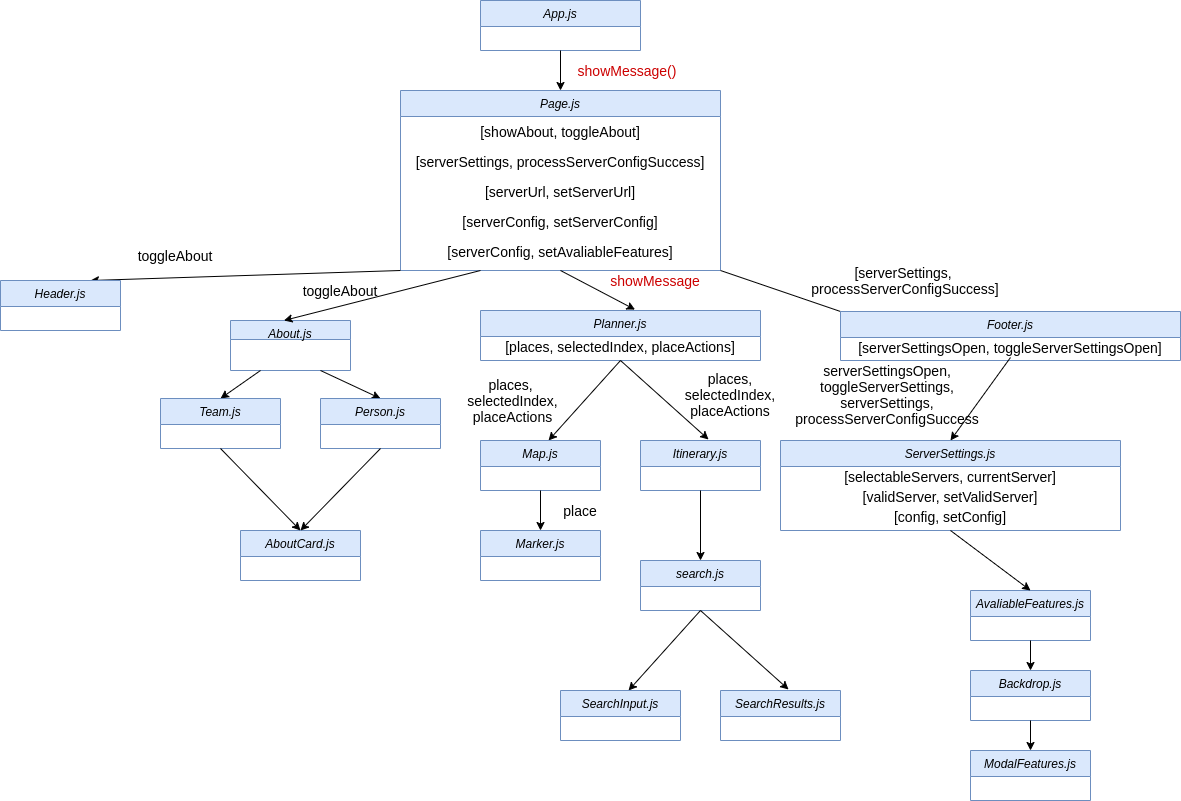
Earlier version of the draw.io export reports/images/ClientComponentDiagramSP2.png (tmanbarton/cs314Project). Source tidied: cells renumbered, new cells last; positions are measured from the earlier drawing's top-left corner, leaving out a move shared by most shapes.
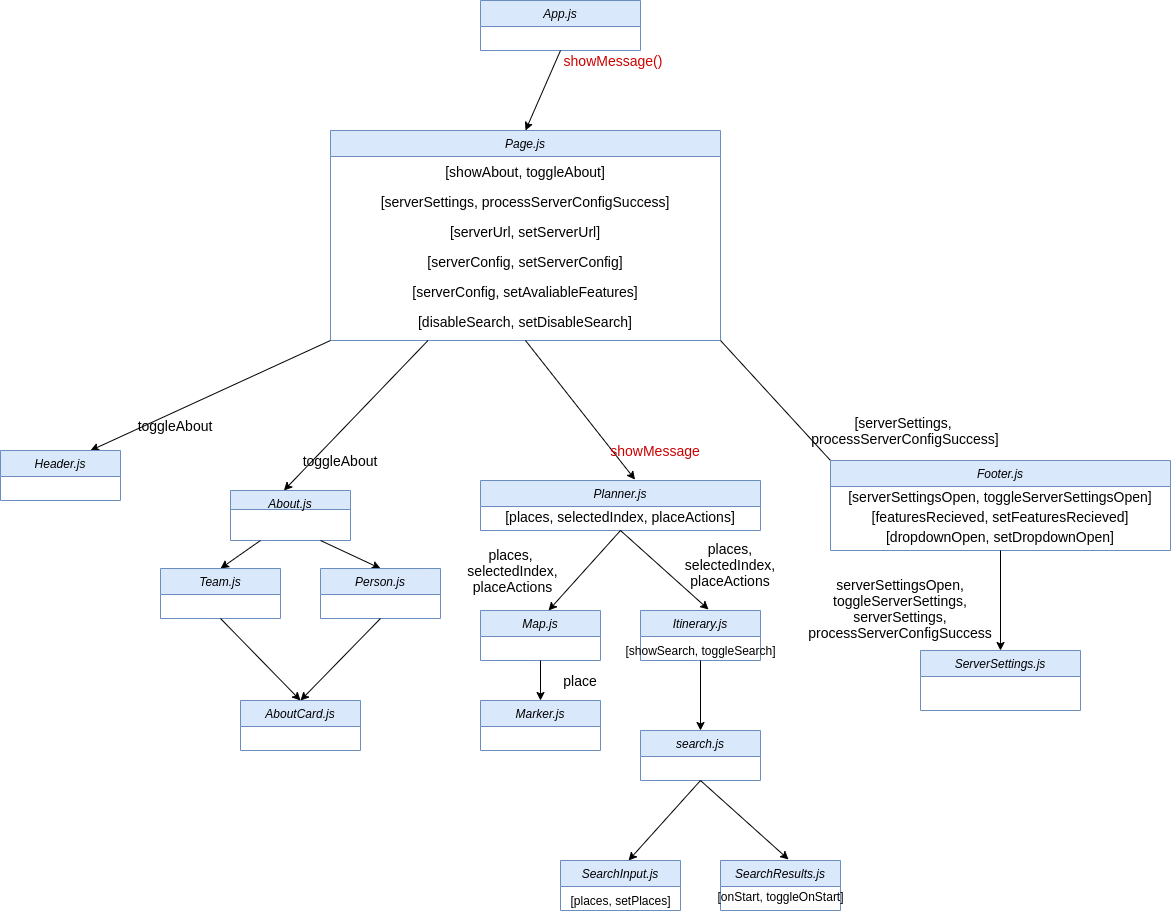
After the change.

Commit message:
updated client component diagram and removed one unused import

Diff of the diagram source:
```diff
@@ -3,31 +3,34 @@
     <mxCell id="0" />
     <mxCell id="1" parent="0" />
     <mxCell id="2" value="App.js" style="swimlane;fontStyle=2;align=center;verticalAlign=top;horizontal=1;startSize=26;rounded=0;shadow=0;strokeWidth=1;fillColor=#dae8fc;strokeColor=#6c8ebf;" parent="1" vertex="1">
-      <mxGeometry x="480" width="160" height="50" as="geometry" />
+      <mxGeometry x="480" y="-170" width="160" height="50" as="geometry" />
     </mxCell>
     <mxCell id="3" style="endArrow=classic;html=1;exitX=0.5;exitY=1;exitDx=0;exitDy=0;entryX=0.5;entryY=0;entryDx=0;entryDy=0;" parent="1" edge="1" source="2" target="4">
       <mxGeometry relative="1" as="geometry" />
     </mxCell>
     <mxCell id="4" value="Page.js" style="swimlane;fontStyle=2;align=center;verticalAlign=top;horizontal=1;startSize=26;rounded=0;shadow=0;strokeWidth=1;fillColor=#dae8fc;strokeColor=#6c8ebf;" parent="1" vertex="1">
-      <mxGeometry x="400" y="90" width="320" height="180" as="geometry" />
+      <mxGeometry x="330" y="-40" width="390" height="210" as="geometry" />
     </mxCell>
     <mxCell id="5" value="[showAbout, toggleAbout]" style="text;html=1;strokeColor=none;fillColor=none;align=center;verticalAlign=middle;whiteSpace=wrap;rounded=0;fontSize=14;" parent="4" vertex="1">
-      <mxGeometry y="26" width="320" height="30" as="geometry" />
+      <mxGeometry y="26" width="390" height="30" as="geometry" />
     </mxCell>
     <mxCell id="6" value="[serverSettings, processServerConfigSuccess]" style="text;html=1;strokeColor=none;fillColor=none;align=center;verticalAlign=middle;whiteSpace=wrap;rounded=0;fontSize=14;" parent="4" vertex="1">
-      <mxGeometry y="56" width="320" height="30" as="geometry" />
+      <mxGeometry y="56" width="390" height="30" as="geometry" />
     </mxCell>
     <mxCell id="7" value="[serverUrl, setServerUrl]" style="text;html=1;strokeColor=none;fillColor=none;align=center;verticalAlign=middle;whiteSpace=wrap;rounded=0;fontSize=14;" parent="4" vertex="1">
-      <mxGeometry y="86" width="320" height="30" as="geometry" />
+      <mxGeometry y="86" width="390" height="30" as="geometry" />
     </mxCell>
     <mxCell id="8" value="[serverConfig, setServerConfig]" style="text;html=1;strokeColor=none;fillColor=none;align=center;verticalAlign=middle;whiteSpace=wrap;rounded=0;fontSize=14;" parent="4" vertex="1">
-      <mxGeometry y="116" width="320" height="30" as="geometry" />
+      <mxGeometry y="116" width="390" height="30" as="geometry" />
     </mxCell>
     <mxCell id="9" value="[serverConfig, setAvaliableFeatures]" style="text;html=1;strokeColor=none;fillColor=none;align=center;verticalAlign=middle;whiteSpace=wrap;rounded=0;fontSize=14;" parent="4" vertex="1">
-      <mxGeometry y="146" width="320" height="30" as="geometry" />
+      <mxGeometry y="146" width="390" height="30" as="geometry" />
     </mxCell>
+    <mxCell id="59" value="[disableSearch, setDisableSearch]" style="text;html=1;strokeColor=none;fillColor=none;align=center;verticalAlign=middle;whiteSpace=wrap;rounded=0;fontSize=14;" parent="4" vertex="1">
+      <mxGeometry y="176" width="390" height="30" as="geometry" />
+    </mxCell>
     <mxCell id="10" value="showMessage()" style="text;html=1;strokeColor=none;fillColor=none;align=center;verticalAlign=middle;whiteSpace=wrap;rounded=0;fontSize=14;fontColor=#CC0000;" parent="1" vertex="1">
-      <mxGeometry x="574" y="60" width="106" height="20" as="geometry" />
+      <mxGeometry x="560" y="-120" width="106" height="20" as="geometry" />
     </mxCell>
     <mxCell id="11" style="endArrow=classic;html=1;fontSize=14;entryX=0.75;entryY=0;entryDx=0;entryDy=0;exitX=0;exitY=1;exitDx=0;exitDy=0;" parent="1" edge="1" source="4" target="12">
       <mxGeometry relative="1" as="geometry" />
@@ -63,13 +66,19 @@
       <mxGeometry relative="1" as="geometry" />
     </mxCell>
     <mxCell id="22" value="Footer.js" style="swimlane;fontStyle=2;align=center;verticalAlign=top;horizontal=1;startSize=26;rounded=0;shadow=0;strokeWidth=1;fillColor=#dae8fc;strokeColor=#6c8ebf;" parent="1" vertex="1">
-      <mxGeometry x="840" y="311" width="340" height="49" as="geometry" />
+      <mxGeometry x="830" y="290" width="340" height="90" as="geometry" />
     </mxCell>
     <mxCell id="23" value="[serverSettingsOpen, toggleServerSettingsOpen]" style="text;html=1;strokeColor=none;fillColor=none;align=center;verticalAlign=middle;whiteSpace=wrap;rounded=0;fontSize=14;" parent="22" vertex="1">
       <mxGeometry y="26" width="340" height="20" as="geometry" />
     </mxCell>
+    <mxCell id="60" value="[featuresRecieved, setFeaturesRecieved]" style="text;html=1;strokeColor=none;fillColor=none;align=center;verticalAlign=middle;whiteSpace=wrap;rounded=0;fontSize=14;" parent="22" vertex="1">
+      <mxGeometry y="46" width="340" height="20" as="geometry" />
+    </mxCell>
+    <mxCell id="61" value="[dropdownOpen, setDropdownOpen]" style="text;html=1;strokeColor=none;fillColor=none;align=center;verticalAlign=middle;whiteSpace=wrap;rounded=0;fontSize=14;" parent="22" vertex="1">
+      <mxGeometry y="66" width="340" height="20" as="geometry" />
+    </mxCell>
     <mxCell id="24" value="[serverSettings, &lt;br&gt;processServerConfigSuccess]" style="text;html=1;strokeColor=none;fillColor=none;align=center;verticalAlign=middle;whiteSpace=wrap;rounded=0;fontSize=14;fontColor=#000000;rotation=0;" parent="1" vertex="1">
-      <mxGeometry x="750" y="270" width="310" height="20" as="geometry" />
+      <mxGeometry x="750" y="250" width="310" height="20" as="geometry" />
     </mxCell>
     <mxCell id="25" style="endArrow=classic;html=1;fontColor=#CC0000;entryX=0.567;entryY=0;entryDx=0;entryDy=0;entryPerimeter=0;exitX=0.5;exitY=1;exitDx=0;exitDy=0;" parent="1" edge="1" source="17" target="26">
       <mxGeometry relative="1" as="geometry" />
@@ -87,21 +96,12 @@
       <mxGeometry x="640" y="440" width="120" height="50" as="geometry" />
     </mxCell>
     <mxCell id="30" value="ServerSettings.js&#10;" style="swimlane;fontStyle=2;align=center;verticalAlign=top;horizontal=1;startSize=26;rounded=0;shadow=0;strokeWidth=1;fillColor=#dae8fc;strokeColor=#6c8ebf;" parent="1" vertex="1">
-      <mxGeometry x="780" y="440" width="340" height="90" as="geometry" />
+      <mxGeometry x="920" y="480" width="160" height="60" as="geometry" />
     </mxCell>
-    <mxCell id="31" value="[selectableServers, currentServer]" style="text;html=1;strokeColor=none;fillColor=none;align=center;verticalAlign=middle;whiteSpace=wrap;rounded=0;fontColor=#000000;fontSize=14;" parent="30" vertex="1">
-      <mxGeometry y="26" width="340" height="20" as="geometry" />
-    </mxCell>
-    <mxCell id="32" value="[validServer, setValidServer]" style="text;html=1;strokeColor=none;fillColor=none;align=center;verticalAlign=middle;whiteSpace=wrap;rounded=0;fontColor=#000000;fontSize=14;" parent="30" vertex="1">
-      <mxGeometry y="46" width="340" height="20" as="geometry" />
-    </mxCell>
-    <mxCell id="33" value="[config, setConfig]" style="text;html=1;strokeColor=none;fillColor=none;align=center;verticalAlign=middle;whiteSpace=wrap;rounded=0;fontColor=#000000;fontSize=14;" parent="30" vertex="1">
-      <mxGeometry y="66" width="340" height="20" as="geometry" />
-    </mxCell>
     <mxCell id="34" style="endArrow=classic;html=1;fontColor=#CC0000;entryX=0.567;entryY=-0.02;entryDx=0;entryDy=0;entryPerimeter=0;exitX=0.5;exitY=1;exitDx=0;exitDy=0;" parent="1" edge="1" source="17" target="29">
       <mxGeometry relative="1" as="geometry" />
     </mxCell>
-    <mxCell id="35" style="endArrow=classic;html=1;fontColor=#CC0000;entryX=0.5;entryY=0;entryDx=0;entryDy=0;exitX=0.5;exitY=1;exitDx=0;exitDy=0;" parent="1" edge="1" source="23" target="30">
+    <mxCell id="35" style="endArrow=classic;html=1;fontColor=#CC0000;entryX=0.5;entryY=0;entryDx=0;entryDy=0;exitX=0.5;exitY=1;exitDx=0;exitDy=0;" parent="1" edge="1" source="22" target="30">
       <mxGeometry relative="1" as="geometry" />
     </mxCell>
     <mxCell id="36" value="places, &lt;br&gt;selectedIndex, placeActions" style="text;html=1;strokeColor=none;fillColor=none;align=center;verticalAlign=middle;whiteSpace=wrap;rounded=0;rotation=0;fontSize=14;" parent="1" vertex="1">
@@ -111,7 +111,7 @@
       <mxGeometry x="700" y="384" width="60" height="20" as="geometry" />
     </mxCell>
     <mxCell id="38" value="serverSettingsOpen, toggleServerSettings, serverSettings, processServerConfigSuccess" style="text;html=1;strokeColor=none;fillColor=none;align=center;verticalAlign=middle;whiteSpace=wrap;rounded=0;fontSize=14;fontColor=#000000;" parent="1" vertex="1">
-      <mxGeometry x="787" y="354" width="200" height="80" as="geometry" />
+      <mxGeometry x="800" y="398" width="200" height="80" as="geometry" />
     </mxCell>
     <mxCell id="39" style="endArrow=classic;html=1;exitX=0.25;exitY=1;exitDx=0;exitDy=0;entryX=0.5;entryY=0;entryDx=0;entryDy=0;" parent="1" edge="1" source="14" target="41">
       <mxGeometry relative="1" as="geometry" />
@@ -156,30 +156,24 @@
     <mxCell id="51" value="SearchResults.js" style="swimlane;fontStyle=2;align=center;verticalAlign=top;horizontal=1;startSize=26;rounded=0;shadow=0;strokeWidth=1;fillColor=#dae8fc;strokeColor=#6c8ebf;" parent="1" vertex="1">
       <mxGeometry x="720" y="690" width="120" height="50" as="geometry" />
     </mxCell>
+    <mxCell id="62" value="[onStart, toggleOnStart]" style="text;html=1;align=center;verticalAlign=middle;strokeColor=none;fillColor=none;" parent="51" vertex="1">
+      <mxGeometry y="26" width="120" height="20" as="geometry" />
+    </mxCell>
     <mxCell id="52" style="endArrow=classic;html=1;fontColor=#CC0000;entryX=0.567;entryY=-0.02;entryDx=0;entryDy=0;entryPerimeter=0;exitX=0.5;exitY=1;exitDx=0;exitDy=0;" parent="1" edge="1" target="51">
       <mxGeometry relative="1" as="geometry">
         <mxPoint x="700" y="610" as="sourcePoint" />
       </mxGeometry>
     </mxCell>
-    <mxCell id="53" value="AvaliableFeatures.js" style="swimlane;fontStyle=2;align=center;verticalAlign=top;horizontal=1;startSize=26;rounded=0;shadow=0;strokeWidth=1;fillColor=#dae8fc;strokeColor=#6c8ebf;" parent="1" vertex="1">
-      <mxGeometry x="970" y="590" width="120" height="50" as="geometry" />
-    </mxCell>
-    <mxCell id="54" style="endArrow=classic;html=1;fontColor=#CC0000;entryX=0.5;entryY=0;entryDx=0;entryDy=0;exitX=0.5;exitY=1;exitDx=0;exitDy=0;" parent="1" edge="1" target="55">
-      <mxGeometry relative="1" as="geometry">
-        <mxPoint x="1030" y="640" as="sourcePoint" />
-      </mxGeometry>
-    </mxCell>
-    <mxCell id="55" value="Backdrop.js" style="swimlane;fontStyle=2;align=center;verticalAlign=top;horizontal=1;startSize=26;rounded=0;shadow=0;strokeWidth=1;fillColor=#dae8fc;strokeColor=#6c8ebf;" parent="1" vertex="1">
-      <mxGeometry x="970" y="670" width="120" height="50" as="geometry" />
-    </mxCell>
-    <mxCell id="56" value="ModalFeatures.js" style="swimlane;fontStyle=2;align=center;verticalAlign=top;horizontal=1;startSize=26;rounded=0;shadow=0;strokeWidth=1;fillColor=#dae8fc;strokeColor=#6c8ebf;" parent="1" vertex="1">
-      <mxGeometry x="970" y="750" width="120" height="50" as="geometry" />
-    </mxCell>
-    <mxCell id="57" style="endArrow=classic;html=1;exitX=0.5;exitY=1;exitDx=0;exitDy=0;entryX=0.5;entryY=0;entryDx=0;entryDy=0;" parent="1" edge="1" source="30" target="53">
-      <mxGeometry relative="1" as="geometry" />
-    </mxCell>
-    <mxCell id="58" style="endArrow=classic;html=1;exitX=0.5;exitY=1;exitDx=0;exitDy=0;" parent="1" edge="1" source="55" target="56">
-      <mxGeometry relative="1" as="geometry" />
+    <mxCell id="58" style="endArrow=classic;html=1;exitX=0.5;exitY=1;exitDx=0;exitDy=0;" parent="1" edge="1" target="x">
+      <mxGeometry relative="1" as="geometry">
+        <mxPoint x="930" y="560" as="sourcePoint" />
+      </mxGeometry>
     </mxCell>
+    <mxCell id="63" value="[showSearch, toggleSearch]" style="text;html=1;align=center;verticalAlign=middle;strokeColor=none;fillColor=none;" parent="1" vertex="1">
+      <mxGeometry x="615" y="470" width="170" height="20" as="geometry" />
+    </mxCell>
+    <mxCell id="64" value="&lt;div&gt;[places, setPlaces]&lt;/div&gt;" style="text;html=1;align=center;verticalAlign=middle;strokeColor=none;fillColor=none;" parent="1" vertex="1">
+      <mxGeometry x="560" y="720" width="120" height="20" as="geometry" />
+    </mxCell>
   </root>
 </mxGraphModel>
```
